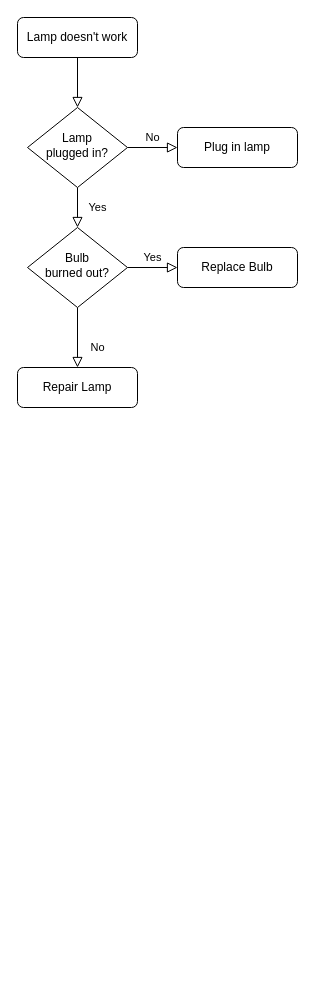
The draw.io diagram 邮箱注册与登录.drawio in jeefs/mindGraph, before the edit. Source tidied: cells renumbered, new cells numbered last; positions are measured from the earlier drawing's top-left corner, leaving out a move shared by most shapes. Both pictures are drawn from the tidied source at 100%, with x=0, y=0 at pixel (17, 17).
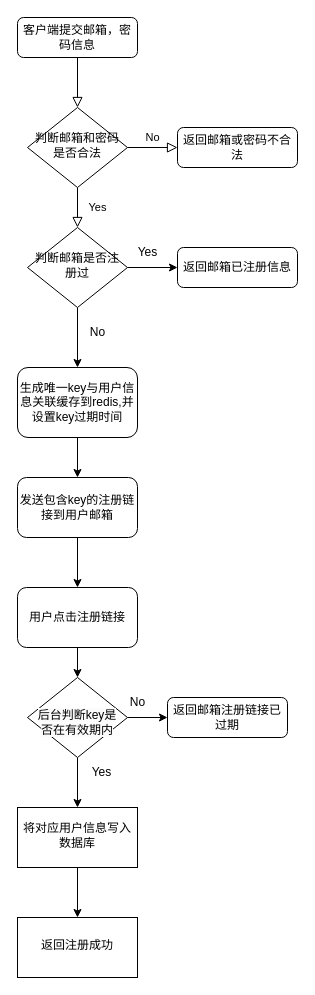
The same diagram, later.

Commit message:
更新邮箱注册与登录.drawio

Change to the diagram source:
```diff
@@
-    <mxCell id="3" value="Lamp doesn't work" style="rounded=1;whiteSpace=wrap;html=1;fontSize=12;glass=0;strokeWidth=1;shadow=0;" parent="1" vertex="1">
+    <mxCell id="3" value="客户端提交邮箱，密码信息" style="rounded=1;whiteSpace=wrap;html=1;fontSize=12;glass=0;strokeWidth=1;shadow=0;" parent="1" vertex="1">
       <mxGeometry width="120" height="40" as="geometry" />
     </mxCell>
@@
-    <mxCell id="6" value="Lamp&lt;br&gt;plugged in?" style="rhombus;whiteSpace=wrap;html=1;shadow=0;fontFamily=Helvetica;fontSize=12;align=center;strokeWidth=1;spacing=6;spacingTop=-4;" parent="1" vertex="1">
+    <mxCell id="6" value="判断邮箱和密码是否合法" style="rhombus;whiteSpace=wrap;html=1;shadow=0;fontFamily=Helvetica;fontSize=12;align=center;strokeWidth=1;spacing=6;spacingTop=-4;" parent="1" vertex="1">
       <mxGeometry x="10" y="90" width="100" height="80" as="geometry" />
     </mxCell>
-    <mxCell id="7" value="Plug in lamp" style="rounded=1;whiteSpace=wrap;html=1;fontSize=12;glass=0;strokeWidth=1;shadow=0;" parent="1" vertex="1">
+    <mxCell id="7" value="返回邮箱或密码不合法" style="rounded=1;whiteSpace=wrap;html=1;fontSize=12;glass=0;strokeWidth=1;shadow=0;" parent="1" vertex="1">
       <mxGeometry x="160" y="110" width="120" height="40" as="geometry" />
     </mxCell>
-    <mxCell id="8" value="No" style="rounded=0;html=1;jettySize=auto;fontSize=11;endArrow=block;endFill=0;endSize=8;strokeWidth=1;shadow=0;labelBackgroundColor=none;edgeStyle=orthogonalEdgeStyle;" parent="1" edge="1" source="10" target="11">
-      <mxGeometry x="0.33" y="20" relative="1" as="geometry" />
+    <mxCell id="8" style="edgeStyle=orthogonalEdgeStyle;rounded=0;jettySize=auto;html=1;" parent="1" edge="1" source="10" target="11">
+      <mxGeometry relative="1" as="geometry" />
     </mxCell>
-    <mxCell id="9" value="Yes" style="edgeStyle=orthogonalEdgeStyle;rounded=0;html=1;jettySize=auto;fontSize=11;endArrow=block;endFill=0;endSize=8;strokeWidth=1;shadow=0;labelBackgroundColor=none;" parent="1" edge="1" source="10" target="12">
-      <mxGeometry y="10" relative="1" as="geometry" />
+    <mxCell id="9" style="edgeStyle=orthogonalEdgeStyle;rounded=0;jettySize=auto;html=1;" parent="1" edge="1" source="10" target="12">
+      <mxGeometry relative="1" as="geometry" />
     </mxCell>
-    <mxCell id="10" value="Bulb&lt;br&gt;burned out?" style="rhombus;whiteSpace=wrap;html=1;shadow=0;fontFamily=Helvetica;fontSize=12;align=center;strokeWidth=1;spacing=6;spacingTop=-4;" parent="1" vertex="1">
+    <mxCell id="10" value="判断邮箱是否注册过" style="rhombus;whiteSpace=wrap;html=1;shadow=0;fontFamily=Helvetica;fontSize=12;align=center;strokeWidth=1;spacing=6;spacingTop=-4;" parent="1" vertex="1">
       <mxGeometry x="10" y="210" width="100" height="80" as="geometry" />
     </mxCell>
+    <mxCell id="13" style="edgeStyle=orthogonalEdgeStyle;rounded=0;jettySize=auto;html=1;" parent="1" edge="1" source="11" target="17">
+      <mxGeometry relative="1" as="geometry" />
+    </mxCell>
-    <mxCell id="11" value="Repair Lamp" style="rounded=1;whiteSpace=wrap;html=1;fontSize=12;glass=0;strokeWidth=1;shadow=0;" parent="1" vertex="1">
-      <mxGeometry y="350" width="120" height="40" as="geometry" />
+    <mxCell id="11" value="生成唯一key与用户信息关联缓存到redis,并设置key过期时间" style="rounded=1;whiteSpace=wrap;html=1;fontSize=12;glass=0;strokeWidth=1;shadow=0;" parent="1" vertex="1">
+      <mxGeometry y="350" width="120" height="70" as="geometry" />
     </mxCell>
-    <mxCell id="12" value="Replace Bulb" style="rounded=1;whiteSpace=wrap;html=1;fontSize=12;glass=0;strokeWidth=1;shadow=0;" parent="1" vertex="1">
+    <mxCell id="12" value="返回邮箱已注册信息" style="rounded=1;whiteSpace=wrap;html=1;fontSize=12;glass=0;strokeWidth=1;shadow=0;" parent="1" vertex="1">
       <mxGeometry x="160" y="230" width="120" height="40" as="geometry" />
     </mxCell>
+    <mxCell id="14" value="No" style="text;html=1;align=center;verticalAlign=middle;strokeColor=none;fillColor=none;" parent="1" vertex="1">
+      <mxGeometry x="60" y="300" width="40" height="30" as="geometry" />
+    </mxCell>
+    <mxCell id="15" value="Yes" style="text;html=1;align=center;verticalAlign=middle;strokeColor=none;fillColor=none;" parent="1" vertex="1">
+      <mxGeometry x="110" y="220" width="40" height="30" as="geometry" />
+    </mxCell>
+    <mxCell id="16" style="edgeStyle=orthogonalEdgeStyle;rounded=0;jettySize=auto;html=1;" parent="1" edge="1" source="17" target="19">
+      <mxGeometry relative="1" as="geometry" />
+    </mxCell>
+    <mxCell id="17" value="发送包含key的注册链接到用户邮箱" style="whiteSpace=wrap;html=1;rounded=1;glass=0;strokeWidth=1;shadow=0;" parent="1" vertex="1">
+      <mxGeometry y="460" width="120" height="60" as="geometry" />
+    </mxCell>
+    <mxCell id="18" style="edgeStyle=orthogonalEdgeStyle;rounded=0;jettySize=auto;html=1;" parent="1" edge="1" source="19" target="22">
+      <mxGeometry relative="1" as="geometry" />
+    </mxCell>
+    <mxCell id="19" value="用户点击注册链接" style="whiteSpace=wrap;html=1;rounded=1;glass=0;strokeWidth=1;shadow=0;" parent="1" vertex="1">
+      <mxGeometry y="570" width="120" height="60" as="geometry" />
+    </mxCell>
+    <mxCell id="20" style="edgeStyle=orthogonalEdgeStyle;rounded=0;jettySize=auto;html=1;" parent="1" edge="1" source="22" target="23">
+      <mxGeometry relative="1" as="geometry" />
+    </mxCell>
+    <mxCell id="21" style="edgeStyle=orthogonalEdgeStyle;rounded=0;jettySize=auto;html=1;" parent="1" edge="1" source="22" target="26">
+      <mxGeometry relative="1" as="geometry" />
+    </mxCell>
+    <mxCell id="22" value="&lt;br&gt;&lt;span style=&quot;color: rgb(0, 0, 0); font-family: Helvetica; font-size: 12px; font-style: normal; font-variant-ligatures: normal; font-variant-caps: normal; font-weight: 400; letter-spacing: normal; orphans: 2; text-align: center; text-indent: 0px; text-transform: none; widows: 2; word-spacing: 0px; -webkit-text-stroke-width: 0px; background-color: rgb(251, 251, 251); text-decoration-thickness: initial; text-decoration-style: initial; text-decoration-color: initial; float: none; display: inline !important;&quot;&gt;后台判断key是否在有效期内&lt;/span&gt;&lt;br&gt;" style="rhombus;whiteSpace=wrap;html=1;shadow=0;fontFamily=Helvetica;fontSize=12;align=center;strokeWidth=1;spacing=6;spacingTop=-4;" parent="1" vertex="1">
+      <mxGeometry x="10" y="660" width="100" height="80" as="geometry" />
+    </mxCell>
+    <mxCell id="23" value="返回邮箱注册链接已过期" style="rounded=1;whiteSpace=wrap;html=1;fontSize=12;glass=0;strokeWidth=1;shadow=0;" parent="1" vertex="1">
+      <mxGeometry x="150" y="680" width="120" height="40" as="geometry" />
+    </mxCell>
+    <mxCell id="24" value="No" style="text;html=1;align=center;verticalAlign=middle;strokeColor=none;fillColor=none;" parent="1" vertex="1">
+      <mxGeometry x="100" y="670" width="40" height="30" as="geometry" />
+    </mxCell>
+    <mxCell id="25" style="edgeStyle=orthogonalEdgeStyle;rounded=0;jettySize=auto;html=1;" parent="1" edge="1" source="26" target="28">
+      <mxGeometry relative="1" as="geometry" />
+    </mxCell>
+    <mxCell id="26" value="将对应用户信息写入数据库" style="whiteSpace=wrap;html=1;shadow=0;strokeWidth=1;spacing=6;spacingTop=-4;" parent="1" vertex="1">
+      <mxGeometry y="790" width="120" height="60" as="geometry" />
+    </mxCell>
+    <mxCell id="27" value="Yes" style="text;html=1;align=center;verticalAlign=middle;strokeColor=none;fillColor=none;" parent="1" vertex="1">
+      <mxGeometry x="64" y="740" width="40" height="30" as="geometry" />
+    </mxCell>
+    <mxCell id="28" value="返回注册成功" style="whiteSpace=wrap;html=1;shadow=0;strokeWidth=1;spacing=6;spacingTop=-4;" parent="1" vertex="1">
+      <mxGeometry y="900" width="120" height="60" as="geometry" />
+    </mxCell>
```
